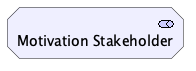
The PlantUML diagram doc/elements/motivation-stakeholder.plantuml.png in SixArm/archimate-examples, before a commit.
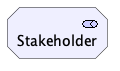
After the commit.

What changed in the source:
```diff
@@ -1,4 +1,4 @@
 @startuml
 !include <archimate/Archimate>
-Motivation_Stakeholder(A, "Motivation Stakeholder")
+Motivation_Stakeholder(Stakeholder, "Stakeholder")
 @enduml
```
